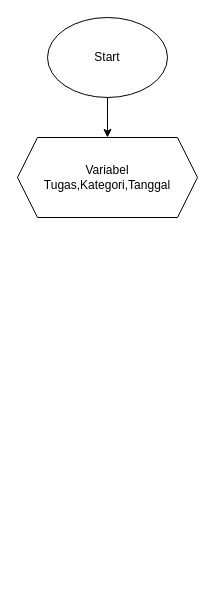
Above: Flowchart.drawio in dmsgalih/dimasgalih_argipangestu-Daftar-pekerjaanku_app (draw.io), before the change. Source tidied: cells renumbered, new cells numbered last; positions are measured from the earlier drawing's top-left corner, leaving out a move shared by most shapes. Both pictures are drawn from the tidied source at 100%, with x=0, y=0 at pixel (17, 17).
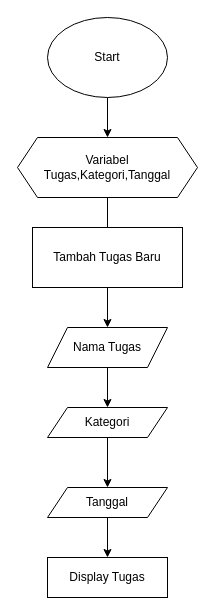
After the change.

Commit message:
Proses menambahkan Tugas Baru: Nama Tugas, Kategori, Tanggal

Diff of the diagram source:
```diff
@@
 <mxGraphModel>
   <root>
     <mxCell id="0" />
     <mxCell id="1" parent="0" />
     <mxCell id="2" style="edgeStyle=none;html=1;" parent="1" edge="1" source="3" target="4">
       <mxGeometry relative="1" as="geometry" />
     </mxCell>
     <mxCell id="3" value="Start" style="ellipse;whiteSpace=wrap;html=1;" parent="1" vertex="1">
       <mxGeometry x="30" width="120" height="80" as="geometry" />
     </mxCell>
+    <mxCell id="5" style="edgeStyle=none;html=1;startArrow=none;" parent="1" edge="1" source="14">
+      <mxGeometry relative="1" as="geometry">
+        <mxPoint x="90" y="240" as="targetPoint" />
+      </mxGeometry>
+    </mxCell>
     <mxCell id="4" value="Variabel&lt;br&gt;Tugas,Kategori,Tanggal" style="shape=hexagon;perimeter=hexagonPerimeter2;whiteSpace=wrap;html=1;fixedSize=1;" parent="1" vertex="1">
-      <mxGeometry y="120" width="180" height="80" as="geometry" />
+      <mxGeometry y="120" width="180" height="60" as="geometry" />
     </mxCell>
+    <mxCell id="6" style="edgeStyle=none;html=1;" parent="1" edge="1" source="14" target="8">
+      <mxGeometry relative="1" as="geometry" />
+    </mxCell>
+    <mxCell id="7" style="edgeStyle=none;html=1;" parent="1" edge="1" source="8" target="10">
+      <mxGeometry relative="1" as="geometry" />
+    </mxCell>
+    <mxCell id="8" value="Nama Tugas" style="shape=parallelogram;perimeter=parallelogramPerimeter;whiteSpace=wrap;html=1;fixedSize=1;" parent="1" vertex="1">
+      <mxGeometry x="30" y="310" width="120" height="40" as="geometry" />
+    </mxCell>
+    <mxCell id="9" style="edgeStyle=none;html=1;entryX=0.5;entryY=0;entryDx=0;entryDy=0;" parent="1" edge="1" source="10" target="12">
+      <mxGeometry relative="1" as="geometry" />
+    </mxCell>
+    <mxCell id="10" value="Kategori" style="shape=parallelogram;perimeter=parallelogramPerimeter;whiteSpace=wrap;html=1;fixedSize=1;" parent="1" vertex="1">
+      <mxGeometry x="30" y="390" width="120" height="30" as="geometry" />
+    </mxCell>
+    <mxCell id="11" style="edgeStyle=none;html=1;" parent="1" edge="1" source="12" target="13">
+      <mxGeometry relative="1" as="geometry" />
+    </mxCell>
+    <mxCell id="12" value="Tanggal" style="shape=parallelogram;perimeter=parallelogramPerimeter;whiteSpace=wrap;html=1;fixedSize=1;" parent="1" vertex="1">
+      <mxGeometry x="30" y="470" width="120" height="30" as="geometry" />
+    </mxCell>
+    <mxCell id="13" value="Display Tugas" style="rounded=0;whiteSpace=wrap;html=1;" parent="1" vertex="1">
+      <mxGeometry x="30" y="540" width="120" height="40" as="geometry" />
+    </mxCell>
+    <mxCell id="14" value="Tambah Tugas Baru" style="rounded=0;whiteSpace=wrap;html=1;" parent="1" vertex="1">
+      <mxGeometry x="15" y="210" width="150" height="60" as="geometry" />
+    </mxCell>
+    <mxCell id="15" style="edgeStyle=none;html=1;endArrow=none;" parent="1" edge="1" source="4" target="14">
+      <mxGeometry relative="1" as="geometry" />
+    </mxCell>
   </root>
 </mxGraphModel>
```
